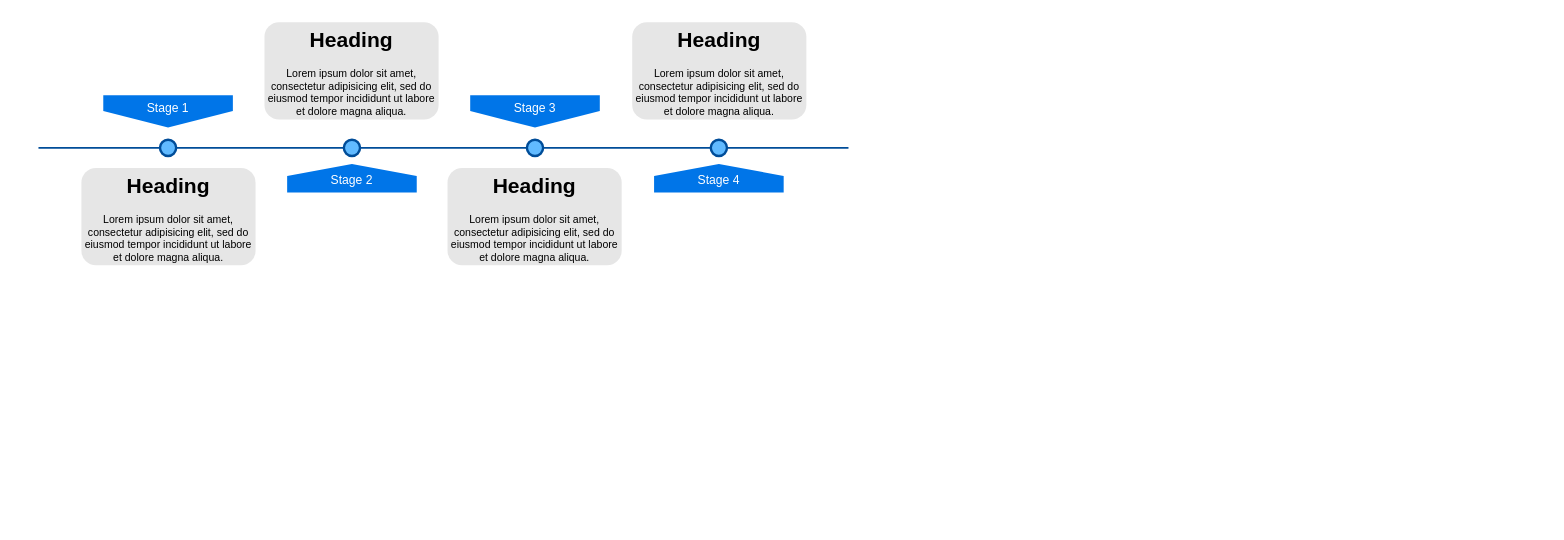
The draw.io diagram Untitled Diagram.drawio in TANCO12580/zhushen12580.github.io, before the edit. Source tidied: cells renumbered, new cells numbered last; positions are measured from the earlier drawing's top-left corner, leaving out a move shared by most shapes. Both pictures are drawn from the tidied source at 81%, with x=0, y=0 at pixel (38, 22).
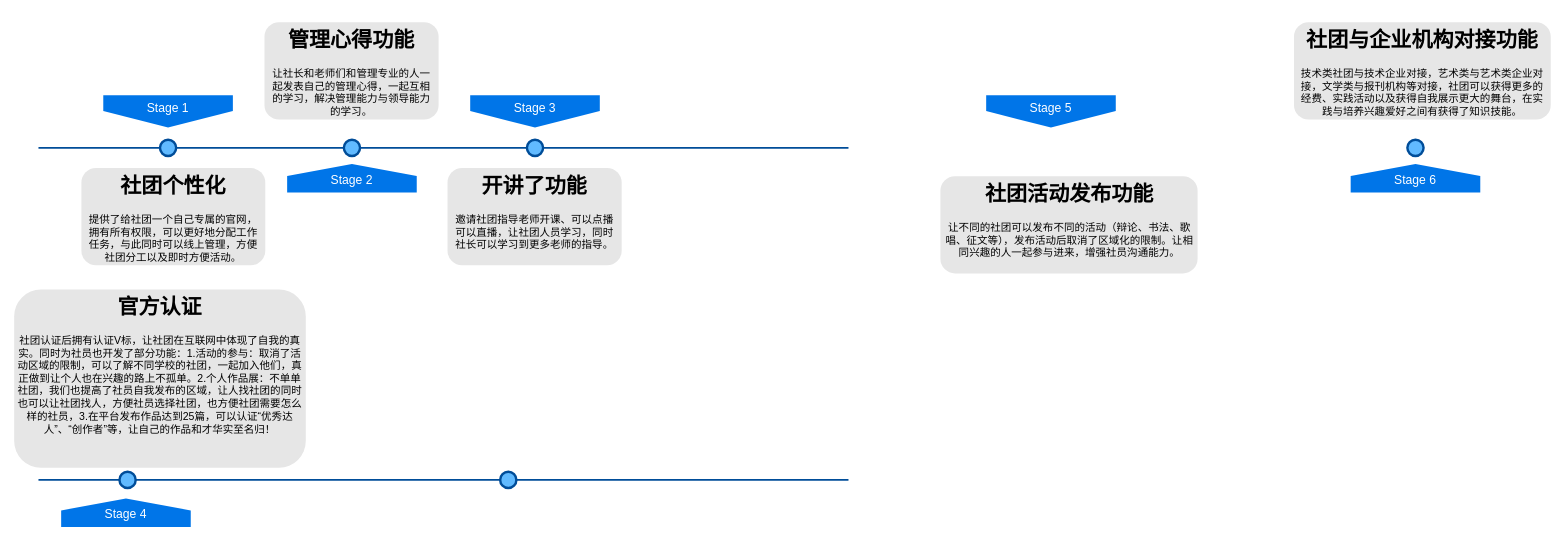
The same diagram, later.

The change refers to these unchanged cells:
```xml
<mxCell id="2" style="line;strokeWidth=2;html=1;fillColor=none;fontSize=28;fontColor=#004D99;strokeColor=#004D99;" parent="1" vertex="1">
  <mxGeometry y="150" width="1000" height="10" as="geometry" />
</mxCell>
```

Diff of the diagram source:
```diff
@@
-    <mxCell id="6" value="&lt;span&gt;Stage 4&lt;/span&gt;" style="shape=offPageConnector;whiteSpace=wrap;html=1;fillColor=#0075E8;fontSize=15;fontColor=#FFFFFF;size=0.4178571428571445;flipV=1;verticalAlign=bottom;strokeColor=none;spacingBottom=4;" parent="1" vertex="1">
-      <mxGeometry x="760" y="175" width="160" height="35" as="geometry" />
-    </mxCell>
@@
-    <mxCell id="10" style="ellipse;whiteSpace=wrap;html=1;fillColor=#61BAFF;fontSize=28;fontColor=#004D99;strokeWidth=3;strokeColor=#004D99;" parent="1" vertex="1">
-      <mxGeometry x="830" y="145" width="20" height="20" as="geometry" />
-    </mxCell>
-    <mxCell id="11" value="&lt;h1&gt;Heading&lt;/h1&gt;&lt;p&gt;Lorem ipsum dolor sit amet, consectetur adipisicing elit, sed do eiusmod tempor incididunt ut labore et dolore magna aliqua.&lt;/p&gt;" style="text;html=1;spacing=5;spacingTop=-20;whiteSpace=wrap;overflow=hidden;strokeColor=none;strokeWidth=3;fillColor=#E6E6E6;fontSize=13;fontColor=#000000;align=center;rounded=1;" parent="1" vertex="1">
-      <mxGeometry x="53" y="180" width="215" height="120" as="geometry" />
+    <mxCell id="11" value="&lt;h1&gt;社团个性化&lt;/h1&gt;&lt;p&gt;提供了给社团一个自己专属的官网，&lt;span&gt;拥有所有权限，可以更好地分配工作任务，与此同时可以线上管理，方便社团分工以及即时方便活动。&lt;/span&gt;&lt;/p&gt;" style="text;html=1;spacing=5;spacingTop=-20;whiteSpace=wrap;overflow=hidden;strokeColor=none;strokeWidth=3;fillColor=#E6E6E6;fontSize=13;fontColor=#000000;align=center;rounded=1;" parent="1" vertex="1">
+      <mxGeometry x="53" y="180" width="227" height="120" as="geometry" />
     </mxCell>
-    <mxCell id="12" value="&lt;h1&gt;Heading&lt;/h1&gt;&lt;p&gt;Lorem ipsum dolor sit amet, consectetur adipisicing elit, sed do eiusmod tempor incididunt ut labore et dolore magna aliqua.&lt;/p&gt;" style="text;html=1;spacing=5;spacingTop=-20;whiteSpace=wrap;overflow=hidden;strokeColor=none;strokeWidth=3;fillColor=#E6E6E6;fontSize=13;fontColor=#000000;align=center;rounded=1;" parent="1" vertex="1">
+    <mxCell id="12" value="&lt;h1&gt;管理心得功能&lt;/h1&gt;&lt;p&gt;让社长和老师们和管理专业的人一起发表自己的管理心得，一起互相的学习，解决管理能力与领导能力的学习。&lt;/p&gt;" style="text;html=1;spacing=5;spacingTop=-20;whiteSpace=wrap;overflow=hidden;strokeColor=none;strokeWidth=3;fillColor=#E6E6E6;fontSize=13;fontColor=#000000;align=center;rounded=1;" parent="1" vertex="1">
       <mxGeometry x="279" width="215" height="120" as="geometry" />
     </mxCell>
-    <mxCell id="13" value="&lt;h1&gt;Heading&lt;/h1&gt;&lt;p&gt;Lorem ipsum dolor sit amet, consectetur adipisicing elit, sed do eiusmod tempor incididunt ut labore et dolore magna aliqua.&lt;/p&gt;" style="text;html=1;spacing=5;spacingTop=-20;whiteSpace=wrap;overflow=hidden;strokeColor=none;strokeWidth=3;fillColor=#E6E6E6;fontSize=13;fontColor=#000000;align=center;rounded=1;" parent="1" vertex="1">
+    <mxCell id="13" value="&lt;h1&gt;开讲了功能&lt;/h1&gt;&lt;p&gt;邀请社团指导老师开课、可以点播可以直播，让社团人员学习，同时社长可以学习到更多老师的指导。&lt;/p&gt;" style="text;html=1;spacing=5;spacingTop=-20;whiteSpace=wrap;overflow=hidden;strokeColor=none;strokeWidth=3;fillColor=#E6E6E6;fontSize=13;fontColor=#000000;align=center;rounded=1;" parent="1" vertex="1">
       <mxGeometry x="505" y="180" width="215" height="120" as="geometry" />
     </mxCell>
-    <mxCell id="14" value="&lt;h1&gt;Heading&lt;/h1&gt;&lt;p&gt;Lorem ipsum dolor sit amet, consectetur adipisicing elit, sed do eiusmod tempor incididunt ut labore et dolore magna aliqua.&lt;/p&gt;" style="text;html=1;spacing=5;spacingTop=-20;whiteSpace=wrap;overflow=hidden;strokeColor=none;strokeWidth=3;fillColor=#E6E6E6;fontSize=13;fontColor=#000000;align=center;rounded=1;" parent="1" vertex="1">
-      <mxGeometry x="733" width="215" height="120" as="geometry" />
+    <mxCell id="14" value="&lt;h1&gt;社团与企业机构对接功能&lt;/h1&gt;&lt;p&gt;技术类社团与技术企业对接，艺术类与艺术类企业对接，文学类与报刊机构等对接，社团可以获得更多的经费、实践活动以及获得自我展示更大的舞台，在实践与培养兴趣爱好之间有获得了知识技能。&lt;/p&gt;" style="text;html=1;spacing=5;spacingTop=-20;whiteSpace=wrap;overflow=hidden;strokeColor=none;strokeWidth=3;fillColor=#E6E6E6;fontSize=13;fontColor=#000000;align=center;rounded=1;" parent="1" vertex="1">
+      <mxGeometry x="1550" width="317" height="120" as="geometry" />
     </mxCell>
+    <mxCell id="15" style="line;strokeWidth=2;html=1;fillColor=none;fontSize=28;fontColor=#004D99;strokeColor=#004D99;" parent="1" vertex="1">
+      <mxGeometry y="560" width="1000" height="10" as="geometry" />
+    </mxCell>
+    <mxCell id="16" style="ellipse;whiteSpace=wrap;html=1;fillColor=#61BAFF;fontSize=28;fontColor=#004D99;strokeWidth=3;strokeColor=#004D99;" parent="1" vertex="1">
+      <mxGeometry x="100" y="555" width="20" height="20" as="geometry" />
+    </mxCell>
+    <mxCell id="17" value="&lt;span&gt;Stage 5&lt;/span&gt;" style="shape=offPageConnector;whiteSpace=wrap;html=1;fillColor=#0075E8;fontSize=15;fontColor=#FFFFFF;size=0.5093750000000015;verticalAlign=top;strokeColor=none;" parent="1" vertex="1">
+      <mxGeometry x="1170" y="90" width="160" height="40" as="geometry" />
+    </mxCell>
+    <mxCell id="18" value="&lt;h1&gt;社团活动发布功能&lt;/h1&gt;&lt;p&gt;让不同的社团可以发布不同的活动（辩论、书法、歌唱、征文等），发布活动后取消了区域化的限制。让相同兴趣的人一起参与进来，增强社员沟通能力。&lt;/p&gt;" style="text;html=1;spacing=5;spacingTop=-20;whiteSpace=wrap;overflow=hidden;strokeColor=none;strokeWidth=3;fillColor=#E6E6E6;fontSize=13;fontColor=#000000;align=center;rounded=1;" parent="1" vertex="1">
+      <mxGeometry x="1113.5" y="190" width="317.5" height="120" as="geometry" />
+    </mxCell>
+    <mxCell id="19" style="ellipse;whiteSpace=wrap;html=1;fillColor=#61BAFF;fontSize=28;fontColor=#004D99;strokeWidth=3;strokeColor=#004D99;" parent="1" vertex="1">
+      <mxGeometry x="1690" y="145" width="20" height="20" as="geometry" />
+    </mxCell>
+    <mxCell id="20" value="&lt;span&gt;Stage 6&lt;/span&gt;" style="shape=offPageConnector;whiteSpace=wrap;html=1;fillColor=#0075E8;fontSize=15;fontColor=#FFFFFF;size=0.4178571428571445;flipV=1;verticalAlign=bottom;strokeColor=none;spacingBottom=4;" parent="1" vertex="1">
+      <mxGeometry x="1620" y="175" width="160" height="35" as="geometry" />
+    </mxCell>
+    <mxCell id="21" value="&lt;h1&gt;官方认证&lt;/h1&gt;&lt;p&gt;社团认证后拥有认证V标，让社团在互联网中体现了自我的真实。同时为社员也开发了部分功能：1.活动的参与：取消了活动区域的限制，可以了解不同学校的社团，一起加入他们，真正做到让个人也在兴趣的路上不孤单。2.个人作品展：不单单社团，我们也提高了社员自我发布的区域，让人找社团的同时也可以让社团找人，方便社员选择社团，也方便社团需要怎么样的社员，3.在平台发布作品达到25篇，可以认证“优秀达人”、“创作者”等，让自己的作品和才华实至名归！&lt;/p&gt;&lt;div&gt;&lt;br&gt;&lt;/div&gt;" style="text;html=1;spacing=5;spacingTop=-20;whiteSpace=wrap;overflow=hidden;strokeColor=none;strokeWidth=3;fillColor=#E6E6E6;fontSize=13;fontColor=#000000;align=center;rounded=1;" parent="1" vertex="1">
+      <mxGeometry x="-30" y="330" width="360" height="220" as="geometry" />
+    </mxCell>
+    <mxCell id="22" style="ellipse;whiteSpace=wrap;html=1;fillColor=#61BAFF;fontSize=28;fontColor=#004D99;strokeWidth=3;strokeColor=#004D99;" parent="1" vertex="1">
+      <mxGeometry x="570" y="555" width="20" height="20" as="geometry" />
+    </mxCell>
+    <mxCell id="6" value="&lt;span&gt;Stage 4&lt;/span&gt;" style="shape=offPageConnector;whiteSpace=wrap;html=1;fillColor=#0075E8;fontSize=15;fontColor=#FFFFFF;size=0.4178571428571445;flipV=1;verticalAlign=bottom;strokeColor=none;spacingBottom=4;" parent="1" vertex="1">
+      <mxGeometry x="28" y="588" width="160" height="35" as="geometry" />
+    </mxCell>
+    <mxCell id="23" style="line;strokeWidth=2;html=1;fillColor=none;fontSize=28;fontColor=#004D99;strokeColor=#004D99;" parent="1" edge="1" source="15" target="2">
+      <mxGeometry relative="1" as="geometry" />
+    </mxCell>
```
